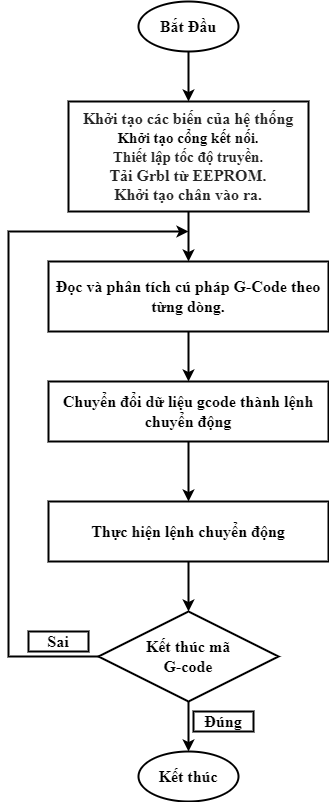
Above: doc/Lưu đồ chương trình trên Vi điều khiển.drawio.png in phamhiep2506/TinyCNC_Plotter (draw.io), before the change. Source tidied: cells renumbered, new cells last; positions are measured from the earlier drawing's top-left corner, leaving out a move shared by most shapes.
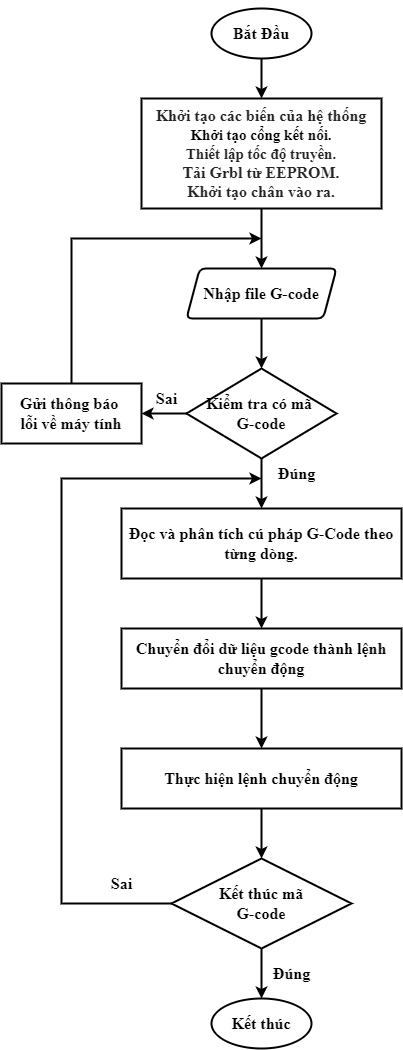
After the commit.

Change to the diagram source:
```diff
@@ -4,7 +4,7 @@
     <mxCell id="1" parent="0" />
     <mxCell id="2" style="endArrow=classic;html=1;rounded=0;fontFamily=Times New Roman;fontSize=16;exitX=0.5;exitY=1;exitDx=0;exitDy=0;entryX=0.5;entryY=0;entryDx=0;entryDy=0;strokeWidth=2;" parent="1" edge="1" target="9">
       <mxGeometry relative="1" as="geometry">
-        <mxPoint x="180" y="50" as="sourcePoint" />
+        <mxPoint x="180" y="-240" as="sourcePoint" />
       </mxGeometry>
     </mxCell>
     <mxCell id="3" value="&lt;font style=&quot;font-size: 16px;&quot; face=&quot;Times New Roman&quot;&gt;&lt;b&gt;Đọc và phân tích cú pháp G-Code theo từng dòng.&lt;/b&gt;&lt;/font&gt;" style="rounded=0;whiteSpace=wrap;html=1;strokeWidth=2;" parent="1" vertex="1">
@@ -26,39 +26,69 @@
       <mxGeometry relative="1" as="geometry" />
     </mxCell>
     <mxCell id="9" value="&lt;span style=&quot;color: rgb(37, 37, 37);&quot;&gt;&lt;b&gt;Khởi tạo các biến của hệ thống&lt;br&gt;&lt;/b&gt;&lt;/span&gt;&lt;div style=&quot;&quot;&gt;&lt;span style=&quot;font-size: 15px; background-color: initial;&quot;&gt;&lt;b&gt;Khởi tạo cổng kết nối.&lt;/b&gt;&lt;/span&gt;&lt;/div&gt;&lt;b style=&quot;&quot;&gt;&lt;span style=&quot;color: rgb(37, 37, 37); font-size: 15px;&quot;&gt;&lt;span style=&quot;background-color: initial;&quot;&gt;Thiết lập tốc độ truyền.&lt;/span&gt;&lt;/span&gt;&lt;span style=&quot;color: rgb(37, 37, 37);&quot;&gt;&lt;div&gt;&lt;span style=&quot;background-color: initial;&quot;&gt;Tải Grbl từ EEPROM.&lt;/span&gt;&lt;/div&gt;&lt;div&gt;Khởi tạo chân vào ra.&lt;/div&gt;&lt;/span&gt;&lt;/b&gt;" style="shape=parallelogram;perimeter=parallelogramPerimeter;whiteSpace=wrap;html=1;fixedSize=1;fontFamily=Times New Roman;fontSize=16;strokeWidth=2;size=0;" parent="1" vertex="1">
-      <mxGeometry x="60" y="100" width="240" height="110" as="geometry" />
+      <mxGeometry x="60" y="-150" width="240" height="110" as="geometry" />
     </mxCell>
     <mxCell id="10" value="&lt;b style=&quot;&quot;&gt;Kết thúc&lt;/b&gt;" style="strokeWidth=2;html=1;shape=mxgraph.flowchart.start_1;whiteSpace=wrap;fontFamily=Times New Roman;fontSize=16;" parent="1" vertex="1">
       <mxGeometry x="130" y="750" width="100" height="50" as="geometry" />
     </mxCell>
     <mxCell id="11" value="&lt;b style=&quot;&quot;&gt;Bắt Đầu&lt;/b&gt;" style="strokeWidth=2;html=1;shape=mxgraph.flowchart.start_1;whiteSpace=wrap;fontFamily=Times New Roman;fontSize=16;" parent="1" vertex="1">
-      <mxGeometry x="130" width="100" height="50" as="geometry" />
+      <mxGeometry x="130" y="-240" width="100" height="50" as="geometry" />
     </mxCell>
+    <mxCell id="18" style="endArrow=classic;html=1;rounded=0;fontFamily=Times New Roman;fontSize=16;strokeWidth=2;exitX=0;exitY=0.5;exitDx=0;exitDy=0;" parent="1" edge="1" source="14">
+      <mxGeometry relative="1" as="geometry">
+        <mxPoint x="180" y="230" as="targetPoint" />
+        <Array as="points">
+          <mxPoint x="-20" y="655" />
+          <mxPoint x="-20" y="230" />
+        </Array>
+      </mxGeometry>
+    </mxCell>
     <mxCell id="12" style="endArrow=classic;html=1;rounded=0;fontFamily=Times New Roman;fontSize=16;strokeWidth=2;exitX=0.5;exitY=1;exitDx=0;exitDy=0;entryX=0.5;entryY=0;entryDx=0;entryDy=0;entryPerimeter=0;" parent="1" edge="1" source="14" target="10">
       <mxGeometry relative="1" as="geometry" />
     </mxCell>
-    <mxCell id="13" style="endArrow=classic;html=1;rounded=0;fontFamily=Times New Roman;fontSize=16;strokeWidth=2;exitX=0.5;exitY=1;exitDx=0;exitDy=0;entryX=0.5;entryY=0;entryDx=0;entryDy=0;" parent="1" edge="1" source="9">
-      <mxGeometry relative="1" as="geometry">
-        <mxPoint x="180" y="260" as="targetPoint" />
-      </mxGeometry>
-    </mxCell>
     <mxCell id="14" value="&lt;b&gt;Kết thúc mã&lt;br&gt;G-code&lt;/b&gt;" style="rhombus;whiteSpace=wrap;html=1;fontFamily=Times New Roman;fontSize=16;strokeWidth=2;" parent="1" vertex="1">
       <mxGeometry x="90" y="610" width="180" height="90" as="geometry" />
     </mxCell>
-    <mxCell id="15" value="&lt;b&gt;Đúng&lt;/b&gt;" style="rounded=0;whiteSpace=wrap;html=1;fontFamily=Times New Roman;fontSize=16;strokeWidth=2;" parent="1" vertex="1">
-      <mxGeometry x="185" y="710" width="60" height="20" as="geometry" />
-    </mxCell>
-    <mxCell id="16" value="&lt;b&gt;Sai&lt;/b&gt;" style="rounded=0;whiteSpace=wrap;html=1;fontFamily=Times New Roman;fontSize=16;strokeWidth=2;" parent="1" vertex="1">
-      <mxGeometry x="20" y="630" width="60" height="20" as="geometry" />
-    </mxCell>
-    <mxCell id="17" style="endArrow=classic;html=1;rounded=0;fontFamily=Times New Roman;fontSize=16;strokeWidth=2;exitX=0;exitY=0.5;exitDx=0;exitDy=0;" parent="1" edge="1" source="14">
-      <mxGeometry relative="1" as="geometry">
-        <mxPoint x="180" y="230" as="targetPoint" />
-        <Array as="points">
-          <mxPoint y="655" />
-          <mxPoint y="230" />
-        </Array>
-      </mxGeometry>
-    </mxCell>
+    <mxCell id="19" value="&lt;font style=&quot;font-size: 16px;&quot; face=&quot;Times New Roman&quot;&gt;&lt;b&gt;Đúng&lt;/b&gt;&lt;/font&gt;" style="text;html=1;align=center;verticalAlign=middle;strokeColor=none;fillColor=none;" parent="1" vertex="1">
+      <mxGeometry x="180" y="710" width="60" height="30" as="geometry" />
+    </mxCell>
+    <mxCell id="20" value="&lt;b&gt;Sai&lt;/b&gt;" style="text;html=1;align=center;verticalAlign=middle;strokeColor=none;fillColor=none;fontSize=16;fontFamily=Times New Roman;" parent="1" vertex="1">
+      <mxGeometry x="20" y="620" width="40" height="30" as="geometry" />
+    </mxCell>
+    <mxCell id="21" value="&lt;b&gt;Nhập file G-code&lt;/b&gt;" style="shape=parallelogram;html=1;strokeWidth=2;perimeter=parallelogramPerimeter;whiteSpace=wrap;rounded=1;arcSize=12;size=0.08823529411764705;fontFamily=Times New Roman;fontSize=16;" parent="1" vertex="1">
+      <mxGeometry x="105" y="20" width="150" height="50" as="geometry" />
+    </mxCell>
+    <mxCell id="22" value="&lt;b style=&quot;&quot;&gt;Kiểm tra có mã &lt;br&gt;G-code&lt;br&gt;&lt;/b&gt;" style="rhombus;whiteSpace=wrap;html=1;fontFamily=Times New Roman;fontSize=16;strokeWidth=2;" parent="1" vertex="1">
+      <mxGeometry x="105" y="120" width="150" height="90" as="geometry" />
+    </mxCell>
+    <mxCell id="23" value="&lt;b&gt;Gửi thông báo&amp;nbsp;&lt;br&gt;lỗi về máy tính&lt;/b&gt;" style="rounded=0;whiteSpace=wrap;html=1;fontFamily=Times New Roman;fontSize=16;strokeWidth=2;" parent="1" vertex="1">
+      <mxGeometry x="-80" y="135" width="140" height="60" as="geometry" />
+    </mxCell>
+    <mxCell id="24" style="endArrow=classic;html=1;rounded=0;fontFamily=Times New Roman;fontSize=16;strokeWidth=2;exitX=0;exitY=0.5;exitDx=0;exitDy=0;entryX=1;entryY=0.5;entryDx=0;entryDy=0;" parent="1" edge="1" source="22" target="23">
+      <mxGeometry relative="1" as="geometry" />
+    </mxCell>
+    <mxCell id="25" style="endArrow=classic;html=1;rounded=0;fontFamily=Times New Roman;fontSize=16;strokeWidth=2;exitX=0.5;exitY=0;exitDx=0;exitDy=0;" parent="1" edge="1" source="23">
+      <mxGeometry relative="1" as="geometry">
+        <mxPoint x="180" y="-10" as="targetPoint" />
+        <Array as="points">
+          <mxPoint x="-10" y="-10" />
+        </Array>
+      </mxGeometry>
+    </mxCell>
+    <mxCell id="26" value="&lt;font style=&quot;font-size: 16px;&quot; face=&quot;Times New Roman&quot;&gt;&lt;b&gt;Sai&lt;/b&gt;&lt;/font&gt;" style="text;html=1;align=center;verticalAlign=middle;strokeColor=none;fillColor=none;" parent="1" vertex="1">
+      <mxGeometry x="65" y="135" width="40" height="30" as="geometry" />
+    </mxCell>
+    <mxCell id="27" style="endArrow=classic;html=1;rounded=0;fontFamily=Times New Roman;fontSize=16;exitX=0.5;exitY=1;exitDx=0;exitDy=0;entryX=0.5;entryY=0;entryDx=0;entryDy=0;strokeWidth=2;" parent="1" edge="1" source="22" target="3">
+      <mxGeometry relative="1" as="geometry" />
+    </mxCell>
+    <mxCell id="28" style="endArrow=classic;html=1;rounded=0;fontFamily=Times New Roman;fontSize=16;exitX=0.5;exitY=1;exitDx=0;exitDy=0;entryX=0.5;entryY=0;entryDx=0;entryDy=0;strokeWidth=2;" parent="1" edge="1" source="9" target="21">
+      <mxGeometry relative="1" as="geometry" />
+    </mxCell>
+    <mxCell id="29" style="endArrow=classic;html=1;rounded=0;fontFamily=Times New Roman;fontSize=16;strokeWidth=2;exitX=0.5;exitY=1;exitDx=0;exitDy=0;entryX=0.5;entryY=0;entryDx=0;entryDy=0;" parent="1" edge="1" source="21" target="22">
+      <mxGeometry relative="1" as="geometry" />
+    </mxCell>
+    <mxCell id="30" value="&lt;b&gt;Đúng&lt;/b&gt;" style="text;html=1;align=center;verticalAlign=middle;strokeColor=none;fillColor=none;fontSize=16;fontFamily=Times New Roman;" parent="1" vertex="1">
+      <mxGeometry x="185" y="210" width="60" height="30" as="geometry" />
+    </mxCell>
   </root>
 </mxGraphModel>
```
